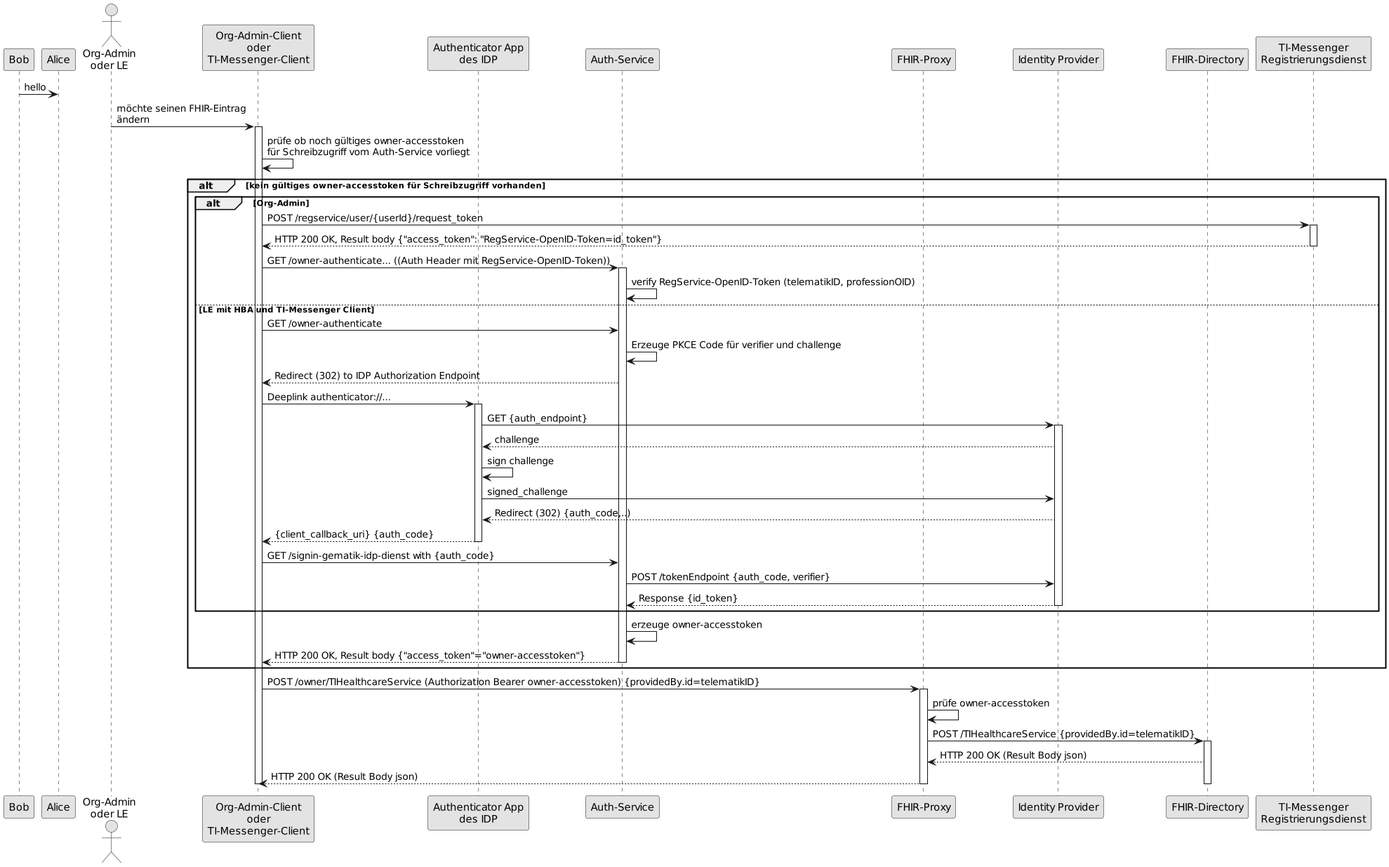
This is images/diagrams/SequenceDiagram.FHIR-Directory.owner.png from gematik/api-vzd, a PlantUML export, as it was before one commit.
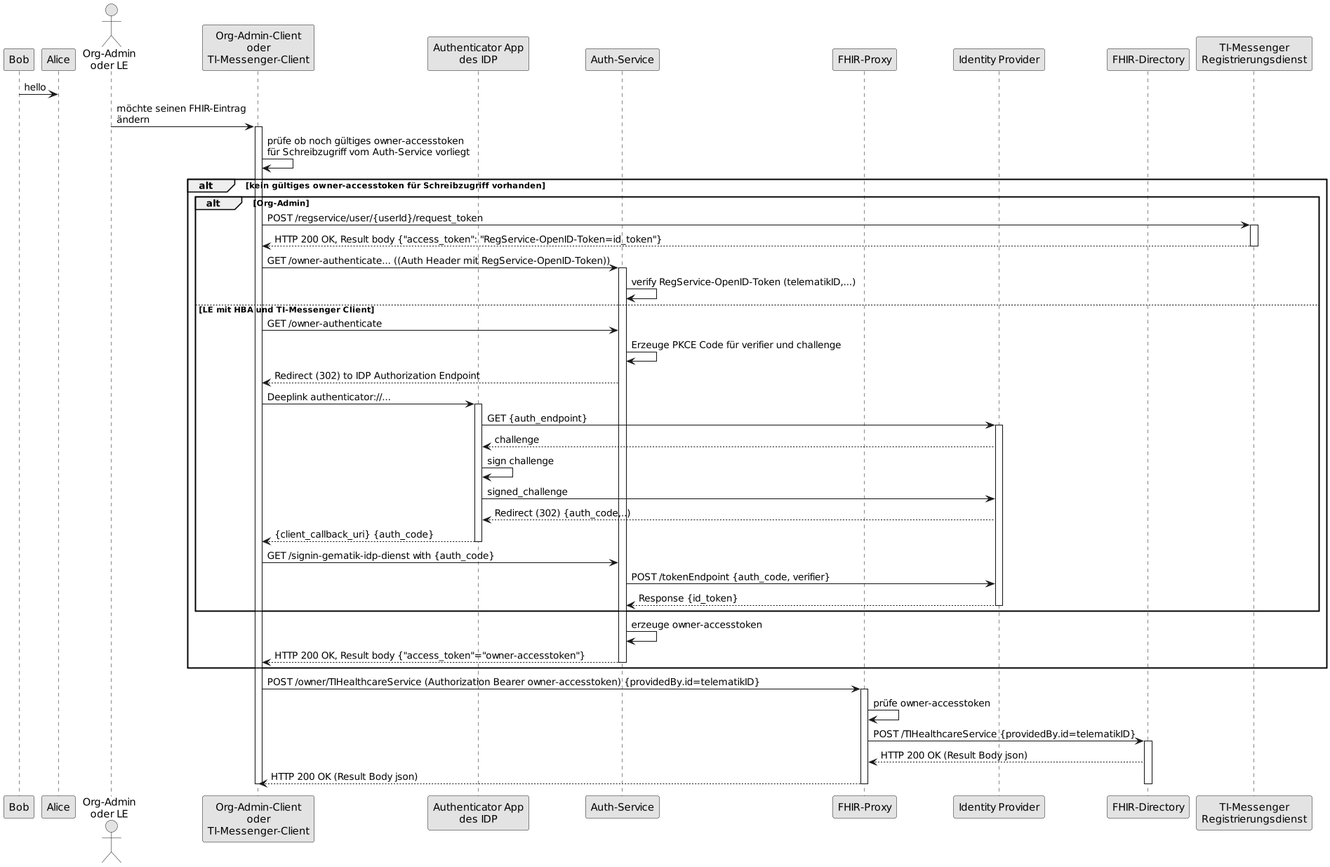
Above is the later version.

Commit message:
Commit from GitHub Actions (GeneratePlantumlImages)

Diff of the diagram source:
```diff
@@ -24,7 +24,7 @@
 deactivate rd
 cl -> au: GET /owner-authenticate... ((Auth Header mit RegService-OpenID-Token))
 activate au
-au -> au: verify RegService-OpenID-Token (telematikID, professionOID)
+au -> au: verify RegService-OpenID-Token (telematikID,...)
 else LE mit HBA und TI-Messenger Client
 cl -> au: GET /owner-authenticate
 au -> au: Erzeuge PKCE Code für verifier und challenge
```
